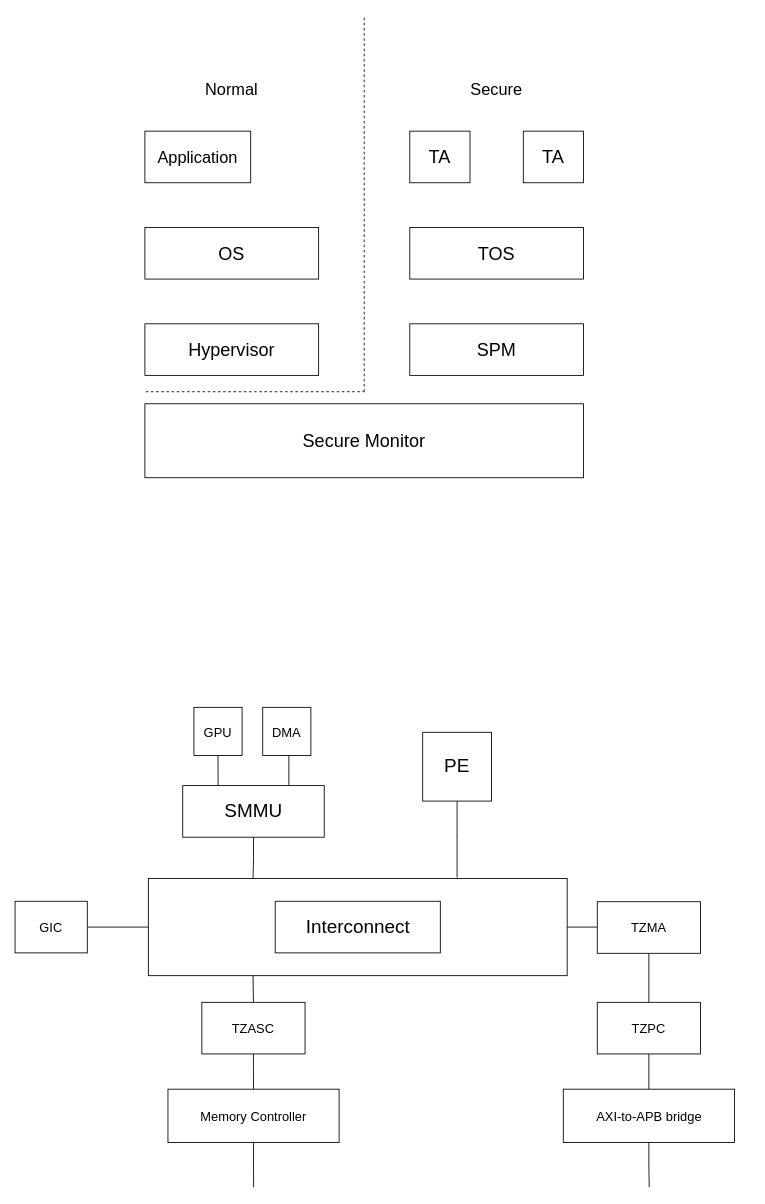
Above: TrustZone.drawio in EdisonE3/vue_learn (draw.io), before the change. Source tidied: cells renumbered, new cells numbered last; positions are measured from the earlier drawing's top-left corner, leaving out a move shared by most shapes. Both pictures are drawn from the tidied source at 86%, with x=0, y=0 at pixel (15, 15).
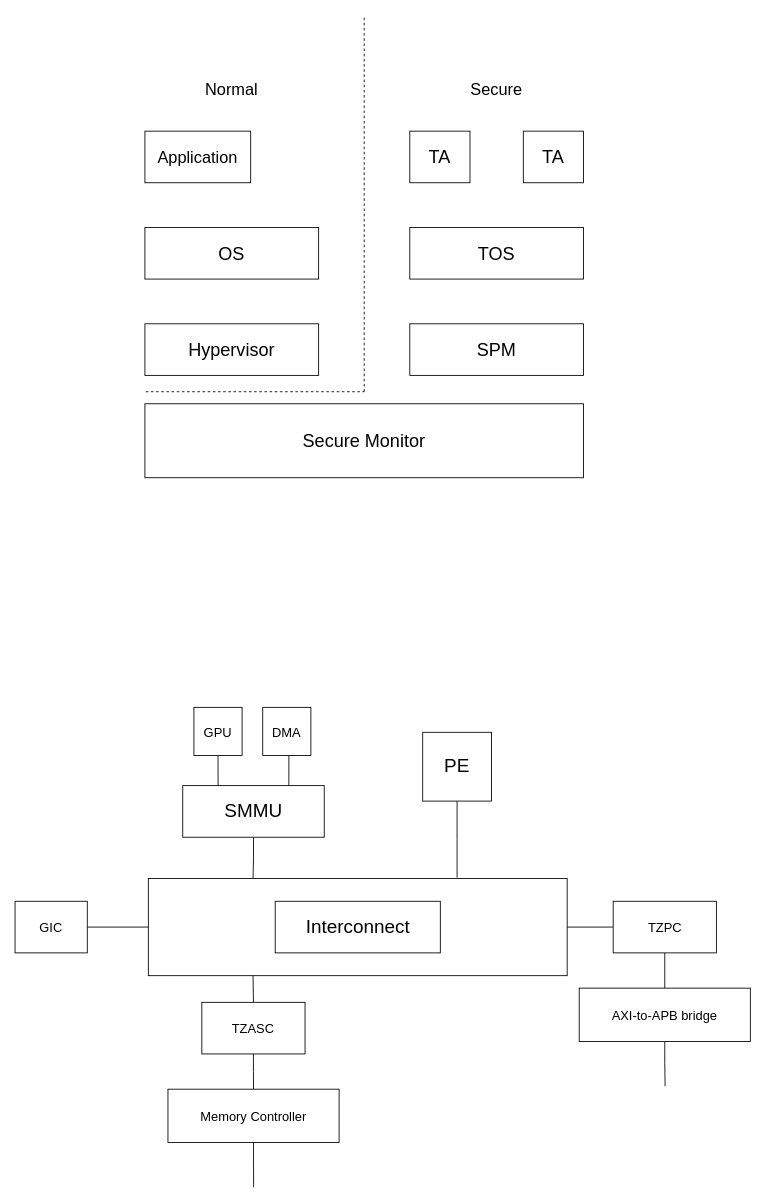
Above is the later version.

Unchanged cells that the change refers to:
```xml
<mxCell id="16" style="rounded=0;whiteSpace=wrap;html=1;" parent="1" vertex="1">
  <mxGeometry x="155" y="1004" width="487" height="113" as="geometry" />
</mxCell>
```

Change to the diagram source:
```diff
@@
-    <mxCell id="15" style="edgeStyle=orthogonalEdgeStyle;rounded=0;jettySize=auto;html=1;exitX=1;exitY=0.5;exitDx=0;exitDy=0;entryX=0;entryY=0.5;entryDx=0;entryDy=0;fontSize=15;endArrow=none;endFill=0;" parent="1" edge="1" source="16" target="33">
-      <mxGeometry relative="1" as="geometry" />
-    </mxCell>
@@
-    <mxCell id="32" style="edgeStyle=orthogonalEdgeStyle;rounded=0;jettySize=auto;html=1;exitX=0.5;exitY=1;exitDx=0;exitDy=0;entryX=0.5;entryY=0;entryDx=0;entryDy=0;fontSize=15;endArrow=none;endFill=0;" parent="1" edge="1" source="33" target="35">
-      <mxGeometry relative="1" as="geometry" />
-    </mxCell>
-    <mxCell id="33" value="TZMA" style="rounded=0;whiteSpace=wrap;html=1;fontSize=15;" parent="1" vertex="1">
-      <mxGeometry x="677" y="1031" width="120" height="60" as="geometry" />
-    </mxCell>
@@
+    <mxCell id="38" style="edgeStyle=orthogonalEdgeStyle;rounded=0;jettySize=auto;html=1;entryX=1;entryY=0.5;entryDx=0;entryDy=0;endArrow=none;endFill=0;" parent="1" edge="1" source="35" target="16">
+      <mxGeometry relative="1" as="geometry" />
+    </mxCell>
     <mxCell id="35" value="TZPC" style="rounded=0;whiteSpace=wrap;html=1;fontSize=15;" parent="1" vertex="1">
-      <mxGeometry x="677" y="1148" width="120" height="60" as="geometry" />
+      <mxGeometry x="695.5" y="1030.5" width="120" height="60" as="geometry" />
     </mxCell>
     <mxCell id="36" style="edgeStyle=orthogonalEdgeStyle;rounded=0;jettySize=auto;html=1;exitX=0.5;exitY=1;exitDx=0;exitDy=0;fontSize=15;endArrow=none;endFill=0;" parent="1" edge="1" source="37">
       <mxGeometry relative="1" as="geometry">
-        <mxPoint x="737.4" y="1363.1" as="targetPoint" />
+        <mxPoint x="755.9" y="1245.6" as="targetPoint" />
       </mxGeometry>
     </mxCell>
     <mxCell id="37" value="AXI-to-APB bridge" style="rounded=0;whiteSpace=wrap;html=1;fontSize=15;" parent="1" vertex="1">
-      <mxGeometry x="637.5" y="1249" width="199" height="62" as="geometry" />
+      <mxGeometry x="656" y="1131.5" width="199" height="62" as="geometry" />
     </mxCell>
```
